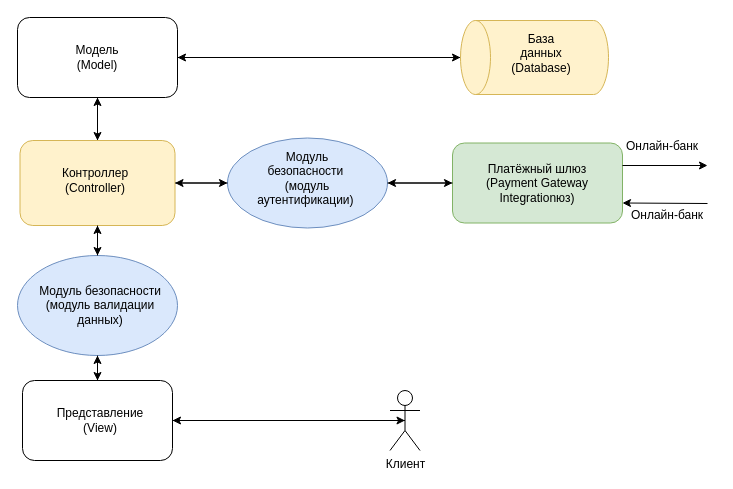
Before: Структура интернет-магазина.drawio in kostya1962/Cyberimmunity, a draw.io diagram. Source tidied: cells renumbered, new cells numbered last; positions are measured from the earlier drawing's top-left corner, leaving out a move shared by most shapes. Both pictures are drawn from the tidied source at 100%, with x=0, y=0 at pixel (17, -17).
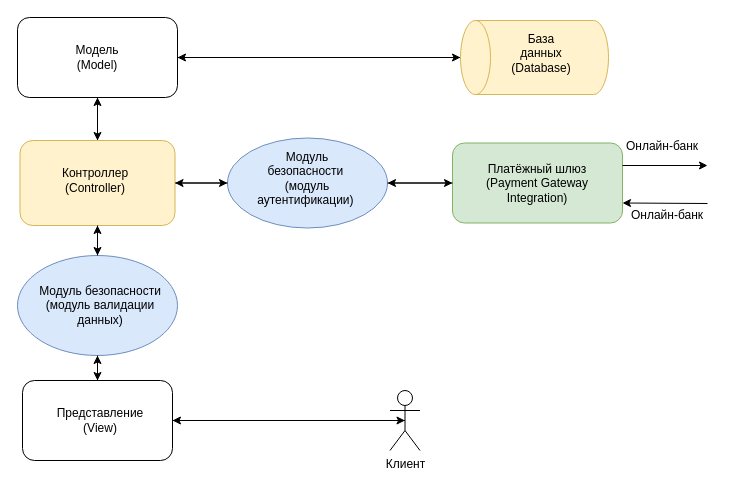
The same page after the edit.

Change to the diagram source:
```diff
@@
-    <mxCell id="15" value="Платёжный шлюз (Payment Gateway Integrationюз)" style="text;html=1;align=center;verticalAlign=middle;whiteSpace=wrap;rounded=0;" parent="1" vertex="1">
+    <mxCell id="15" value="Платёжный шлюз (Payment Gateway Integration)" style="text;html=1;align=center;verticalAlign=middle;whiteSpace=wrap;rounded=0;" parent="1" vertex="1">
       <mxGeometry x="460" y="184.5" width="120" height="30" as="geometry" />
     </mxCell>
```
